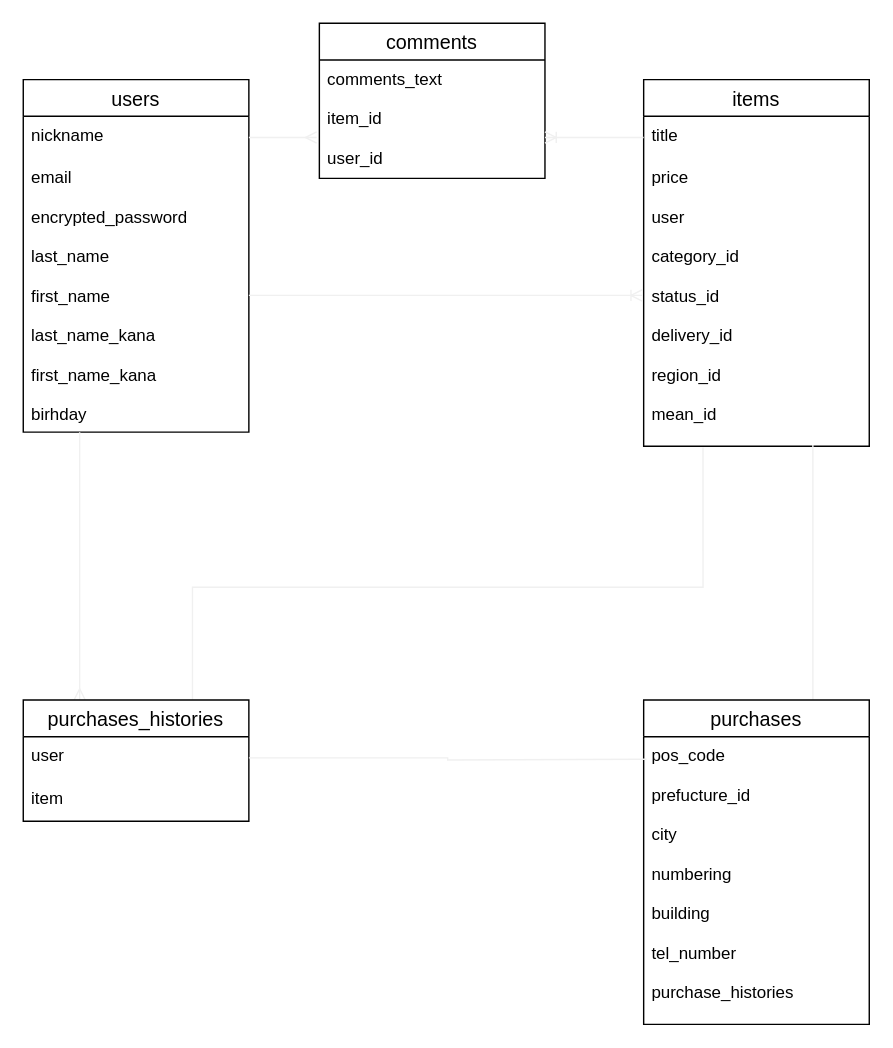
Before: FurimER.dio in ackey-getup/furima-33448, a draw.io diagram. Source tidied: cells renumbered, new cells numbered last; positions are measured from the earlier drawing's top-left corner, leaving out a move shared by most shapes. Both pictures are drawn from the tidied source at 141%, with x=0, y=0 at pixel (23, 23).
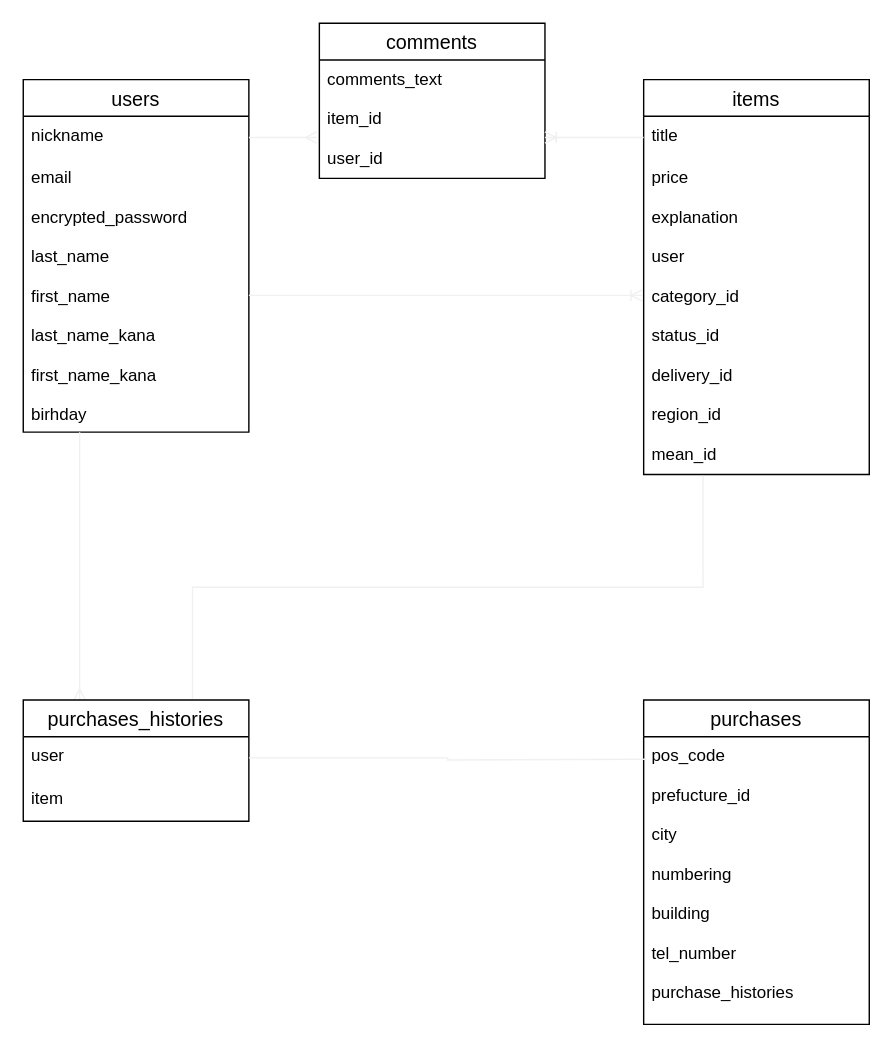
The same page after the edit.

The change refers to these unchanged cells:
```xml
<mxCell id="12" value="purchases" style="swimlane;fontStyle=0;horizontal=1;startSize=26;align=center;fontSize=14;" parent="1" vertex="1">
  <mxGeometry x="440" y="480" width="160" height="230" as="geometry" />
</mxCell>
```

Diff of the diagram source:
```diff
@@
     <mxCell id="5" value="items" style="swimlane;fontStyle=0;horizontal=1;startSize=26;align=center;fontSize=14;" parent="1" vertex="1">
-      <mxGeometry x="440" y="40" width="160" height="260" as="geometry" />
+      <mxGeometry x="440" y="40" width="160" height="280" as="geometry" />
     </mxCell>
@@
-    <mxCell id="7" value="price&#10;&#10;user&#10;&#10;category_id&#10;&#10;status_id&#10;&#10;delivery_id&#10;&#10;region_id&#10;&#10;mean_id" style="text;strokeColor=none;fillColor=none;spacingLeft=4;spacingRight=4;overflow=hidden;points=[[0,0.5],[1,0.5]];portConstraint=eastwest;fontSize=12;" parent="5" vertex="1">
-      <mxGeometry y="56" width="160" height="204" as="geometry" />
+    <mxCell id="7" value="price&#10;&#10;explanation&#10;&#10;user&#10;&#10;category_id&#10;&#10;status_id&#10;&#10;delivery_id&#10;&#10;region_id&#10;&#10;mean_id" style="text;strokeColor=none;fillColor=none;spacingLeft=4;spacingRight=4;overflow=hidden;points=[[0,0.5],[1,0.5]];portConstraint=eastwest;fontSize=12;" parent="5" vertex="1">
+      <mxGeometry y="56" width="160" height="224" as="geometry" />
     </mxCell>
@@
-    <mxCell id="11" style="edgeStyle=orthogonalEdgeStyle;rounded=0;jettySize=auto;html=1;exitX=0.75;exitY=0;exitDx=0;exitDy=0;entryX=0.75;entryY=0.996;entryDx=0;entryDy=0;entryPerimeter=0;startArrow=none;startFill=0;endArrow=none;endFill=0;strokeColor=#f0f0f0;" parent="1" edge="1" source="12" target="7">
-      <mxGeometry relative="1" as="geometry" />
-    </mxCell>
```
